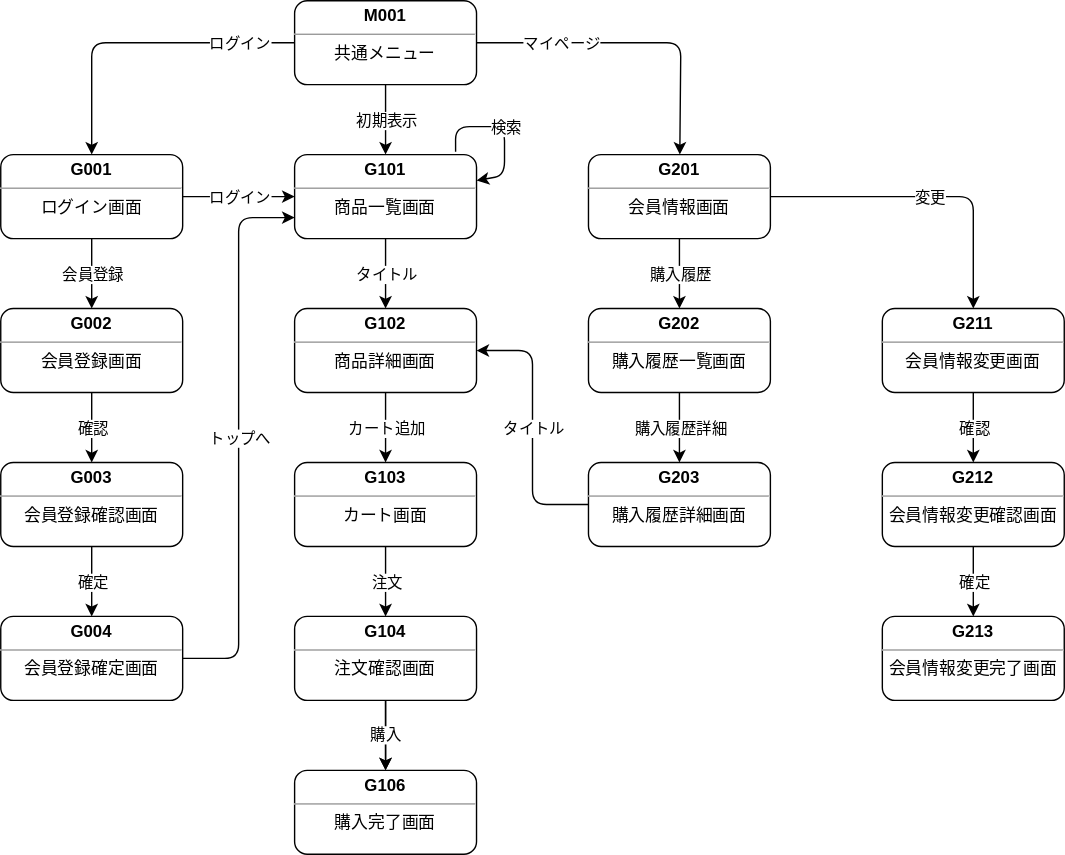
Earlier version of the draw.io export documents/20_外部設計/image/画面遷移図.svg (la-java-silicon-2021/shopping-doc). Source tidied: cells renumbered, new cells last; positions are measured from the earlier drawing's top-left corner, leaving out a move shared by most shapes.
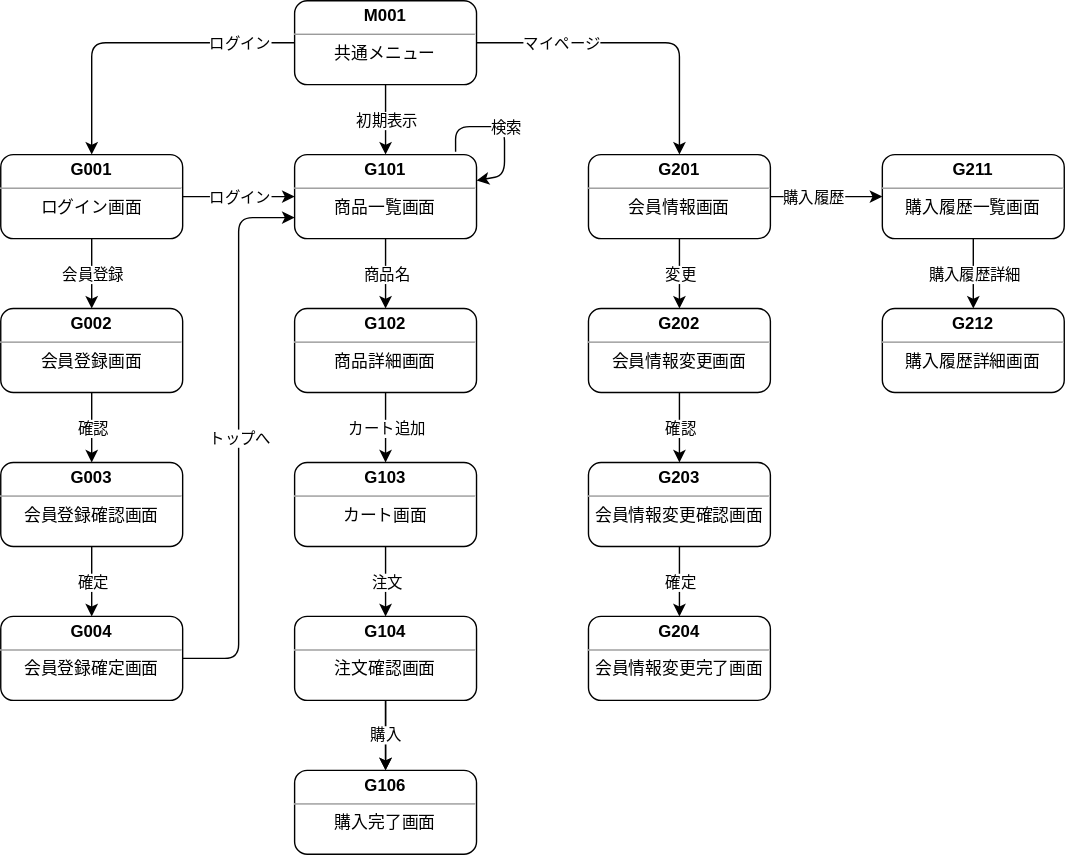
The same diagram one commit later.

Commit message:
画面遷移図.svg を更新します

Diff of the diagram source:
```diff
@@ -23,7 +23,7 @@
     <mxCell id="8" style="endArrow=classic;html=1;" parent="1" edge="1" source="38" target="39">
       <mxGeometry relative="1" as="geometry" />
     </mxCell>
-    <mxCell id="9" value="タイトル" style="edgeLabel;html=1;align=center;verticalAlign=middle;" parent="8" vertex="1">
+    <mxCell id="9" value="商品名" style="edgeLabel;html=1;align=center;verticalAlign=middle;" parent="8" vertex="1">
       <mxGeometry relative="1" as="geometry" />
     </mxCell>
     <mxCell id="10" style="endArrow=classic;html=1;" parent="1" edge="1" source="39" target="40">
@@ -47,21 +47,10 @@
     <mxCell id="15" value="購入" style="endArrow=classic;html=1;" parent="1" edge="1" source="46" target="47">
       <mxGeometry relative="1" as="geometry" />
     </mxCell>
-    <mxCell id="16" style="endArrow=classic;html=1;" parent="1" edge="1" source="52" target="39">
-      <mxGeometry relative="1" as="geometry">
-        <Array as="points">
-          <mxPoint x="380" y="360" />
-          <mxPoint x="380" y="250" />
-        </Array>
-      </mxGeometry>
-    </mxCell>
-    <mxCell id="17" value="タイトル" style="edgeLabel;html=1;align=center;verticalAlign=middle;" parent="16" vertex="1">
-      <mxGeometry relative="1" as="geometry" />
-    </mxCell>
     <mxCell id="18" style="endArrow=classic;html=1;" parent="1" edge="1" source="41" target="50">
       <mxGeometry relative="1" as="geometry">
         <Array as="points">
-          <mxPoint x="486" y="30" />
+          <mxPoint x="485" y="30" />
         </Array>
       </mxGeometry>
     </mxCell>
@@ -70,27 +59,22 @@
         <mxPoint x="-53" as="offset" />
       </mxGeometry>
     </mxCell>
-    <mxCell id="20" style="endArrow=classic;html=1;" parent="1" edge="1" source="50" target="51">
+    <mxCell id="20" style="endArrow=classic;html=1;exitX=1;exitY=0.5;exitDx=0;exitDy=0;" parent="1" edge="1" source="50" target="51">
       <mxGeometry relative="1" as="geometry" />
     </mxCell>
     <mxCell id="21" value="購入履歴" style="edgeLabel;html=1;align=center;verticalAlign=middle;" parent="20" vertex="1">
-      <mxGeometry relative="1" as="geometry" />
+      <mxGeometry relative="1" as="geometry">
+        <mxPoint x="-10" as="offset" />
+      </mxGeometry>
     </mxCell>
-    <mxCell id="22" style="endArrow=classic;html=1;exitX=0.5;exitY=1;exitDx=0;exitDy=0;entryX=0.5;entryY=0;entryDx=0;entryDy=0;" parent="1" edge="1">
-      <mxGeometry relative="1" as="geometry">
-        <mxPoint x="485" y="280" as="sourcePoint" />
-        <mxPoint x="485" y="330" as="targetPoint" />
-      </mxGeometry>
+    <mxCell id="22" style="endArrow=classic;html=1;exitX=0.5;exitY=1;exitDx=0;exitDy=0;entryX=0.5;entryY=0;entryDx=0;entryDy=0;" parent="1" edge="1" source="51" target="52">
+      <mxGeometry relative="1" as="geometry" />
     </mxCell>
     <mxCell id="23" value="購入履歴詳細" style="edgeLabel;html=1;align=center;verticalAlign=middle;" parent="22" vertex="1">
       <mxGeometry relative="1" as="geometry" />
     </mxCell>
-    <mxCell id="24" style="endArrow=classic;html=1;" parent="1" edge="1" source="50" target="53">
-      <mxGeometry relative="1" as="geometry">
-        <Array as="points">
-          <mxPoint x="695" y="140" />
-        </Array>
-      </mxGeometry>
+    <mxCell id="24" style="endArrow=classic;html=1;exitX=0.5;exitY=1;exitDx=0;exitDy=0;" parent="1" edge="1" source="50" target="53">
+      <mxGeometry relative="1" as="geometry" />
     </mxCell>
     <mxCell id="25" value="変更" style="edgeLabel;html=1;align=center;verticalAlign=middle;" parent="24" vertex="1">
       <mxGeometry relative="1" as="geometry" />
@@ -187,20 +171,20 @@
     <mxCell id="50" value="&lt;p style=&quot;margin: 0px ; margin-top: 4px ; text-align: center&quot;&gt;&lt;b&gt;G201&lt;/b&gt;&lt;/p&gt;&lt;hr size=&quot;1&quot;&gt;&lt;div style=&quot;text-align: center ; height: 2px&quot;&gt;会員情報画面&lt;br&gt;&lt;/div&gt;" style="verticalAlign=top;align=left;overflow=fill;fontSize=12;fontFamily=Helvetica;html=1;rounded=1;" parent="1" vertex="1">
       <mxGeometry x="420" y="110" width="130" height="60" as="geometry" />
     </mxCell>
-    <mxCell id="51" value="&lt;p style=&quot;margin: 0px ; margin-top: 4px ; text-align: center&quot;&gt;&lt;b&gt;G202&lt;/b&gt;&lt;/p&gt;&lt;hr size=&quot;1&quot;&gt;&lt;div style=&quot;text-align: center ; height: 2px&quot;&gt;購入履歴一覧画面&lt;br&gt;&lt;/div&gt;" style="verticalAlign=top;align=left;overflow=fill;fontSize=12;fontFamily=Helvetica;html=1;rounded=1;" parent="1" vertex="1">
-      <mxGeometry x="420" y="220" width="130" height="60" as="geometry" />
+    <mxCell id="51" value="&lt;p style=&quot;margin: 0px ; margin-top: 4px ; text-align: center&quot;&gt;&lt;b&gt;G211&lt;/b&gt;&lt;/p&gt;&lt;hr size=&quot;1&quot;&gt;&lt;div style=&quot;text-align: center ; height: 2px&quot;&gt;購入履歴一覧画面&lt;br&gt;&lt;/div&gt;" style="verticalAlign=top;align=left;overflow=fill;fontSize=12;fontFamily=Helvetica;html=1;rounded=1;" parent="1" vertex="1">
+      <mxGeometry x="630" y="110" width="130" height="60" as="geometry" />
     </mxCell>
-    <mxCell id="52" value="&lt;p style=&quot;margin: 0px ; margin-top: 4px ; text-align: center&quot;&gt;&lt;b&gt;G203&lt;/b&gt;&lt;/p&gt;&lt;hr size=&quot;1&quot;&gt;&lt;div style=&quot;text-align: center ; height: 2px&quot;&gt;購入履歴詳細画面&lt;br&gt;&lt;/div&gt;" style="verticalAlign=top;align=left;overflow=fill;fontSize=12;fontFamily=Helvetica;html=1;rounded=1;" parent="1" vertex="1">
-      <mxGeometry x="420" y="330" width="130" height="60" as="geometry" />
+    <mxCell id="52" value="&lt;p style=&quot;margin: 0px ; margin-top: 4px ; text-align: center&quot;&gt;&lt;b&gt;G212&lt;/b&gt;&lt;/p&gt;&lt;hr size=&quot;1&quot;&gt;&lt;div style=&quot;text-align: center ; height: 2px&quot;&gt;購入履歴詳細画面&lt;br&gt;&lt;/div&gt;" style="verticalAlign=top;align=left;overflow=fill;fontSize=12;fontFamily=Helvetica;html=1;rounded=1;" parent="1" vertex="1">
+      <mxGeometry x="630" y="220" width="130" height="60" as="geometry" />
     </mxCell>
-    <mxCell id="53" value="&lt;p style=&quot;margin: 0px ; margin-top: 4px ; text-align: center&quot;&gt;&lt;b&gt;G211&lt;/b&gt;&lt;/p&gt;&lt;hr size=&quot;1&quot;&gt;&lt;div style=&quot;text-align: center ; height: 2px&quot;&gt;会員情報変更画面&lt;br&gt;&lt;/div&gt;" style="verticalAlign=top;align=left;overflow=fill;fontSize=12;fontFamily=Helvetica;html=1;rounded=1;" parent="1" vertex="1">
-      <mxGeometry x="630" y="220" width="130" height="60" as="geometry" />
+    <mxCell id="53" value="&lt;p style=&quot;margin: 0px ; margin-top: 4px ; text-align: center&quot;&gt;&lt;b&gt;G202&lt;/b&gt;&lt;/p&gt;&lt;hr size=&quot;1&quot;&gt;&lt;div style=&quot;text-align: center ; height: 2px&quot;&gt;会員情報変更画面&lt;br&gt;&lt;/div&gt;" style="verticalAlign=top;align=left;overflow=fill;fontSize=12;fontFamily=Helvetica;html=1;rounded=1;" parent="1" vertex="1">
+      <mxGeometry x="420" y="220" width="130" height="60" as="geometry" />
     </mxCell>
-    <mxCell id="54" value="&lt;p style=&quot;margin: 0px ; margin-top: 4px ; text-align: center&quot;&gt;&lt;b&gt;G212&lt;/b&gt;&lt;/p&gt;&lt;hr size=&quot;1&quot;&gt;&lt;div style=&quot;text-align: center ; height: 2px&quot;&gt;会員情報変更確認画面&lt;br&gt;&lt;/div&gt;" style="verticalAlign=top;align=left;overflow=fill;fontSize=12;fontFamily=Helvetica;html=1;rounded=1;" parent="1" vertex="1">
-      <mxGeometry x="630" y="330" width="130" height="60" as="geometry" />
+    <mxCell id="54" value="&lt;p style=&quot;margin: 0px ; margin-top: 4px ; text-align: center&quot;&gt;&lt;b&gt;G203&lt;/b&gt;&lt;/p&gt;&lt;hr size=&quot;1&quot;&gt;&lt;div style=&quot;text-align: center ; height: 2px&quot;&gt;会員情報変更確認画面&lt;br&gt;&lt;/div&gt;" style="verticalAlign=top;align=left;overflow=fill;fontSize=12;fontFamily=Helvetica;html=1;rounded=1;" parent="1" vertex="1">
+      <mxGeometry x="420" y="330" width="130" height="60" as="geometry" />
     </mxCell>
-    <mxCell id="55" value="&lt;p style=&quot;margin: 0px ; margin-top: 4px ; text-align: center&quot;&gt;&lt;b&gt;G213&lt;/b&gt;&lt;/p&gt;&lt;hr size=&quot;1&quot;&gt;&lt;div style=&quot;text-align: center ; height: 2px&quot;&gt;会員情報変更完了画面&lt;br&gt;&lt;/div&gt;" style="verticalAlign=top;align=left;overflow=fill;fontSize=12;fontFamily=Helvetica;html=1;rounded=1;" parent="1" vertex="1">
-      <mxGeometry x="630" y="440" width="130" height="60" as="geometry" />
+    <mxCell id="55" value="&lt;p style=&quot;margin: 0px ; margin-top: 4px ; text-align: center&quot;&gt;&lt;b&gt;G204&lt;/b&gt;&lt;/p&gt;&lt;hr size=&quot;1&quot;&gt;&lt;div style=&quot;text-align: center ; height: 2px&quot;&gt;会員情報変更完了画面&lt;br&gt;&lt;/div&gt;" style="verticalAlign=top;align=left;overflow=fill;fontSize=12;fontFamily=Helvetica;html=1;rounded=1;" parent="1" vertex="1">
+      <mxGeometry x="420" y="440" width="130" height="60" as="geometry" />
     </mxCell>
   </root>
 </mxGraphModel>
```
